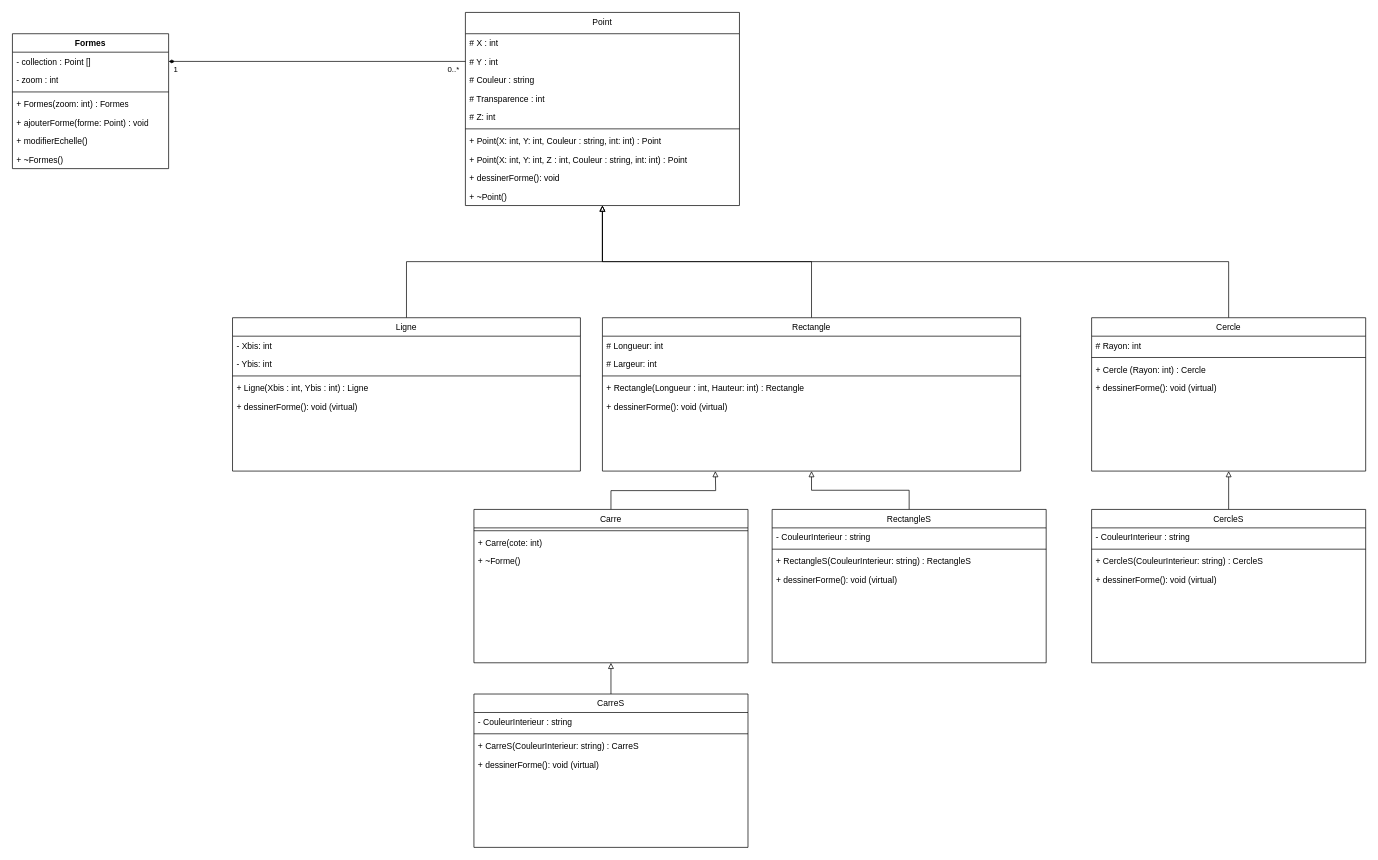
The draw.io diagram schema/ClassDiagram.drawio in Whythem/DessinVectoriel, before the edit. Source tidied: cells renumbered, new cells numbered last; positions are measured from the earlier drawing's top-left corner, leaving out a move shared by most shapes. Both pictures are drawn from the tidied source at 71%, with x=0, y=0 at pixel (12, 12).
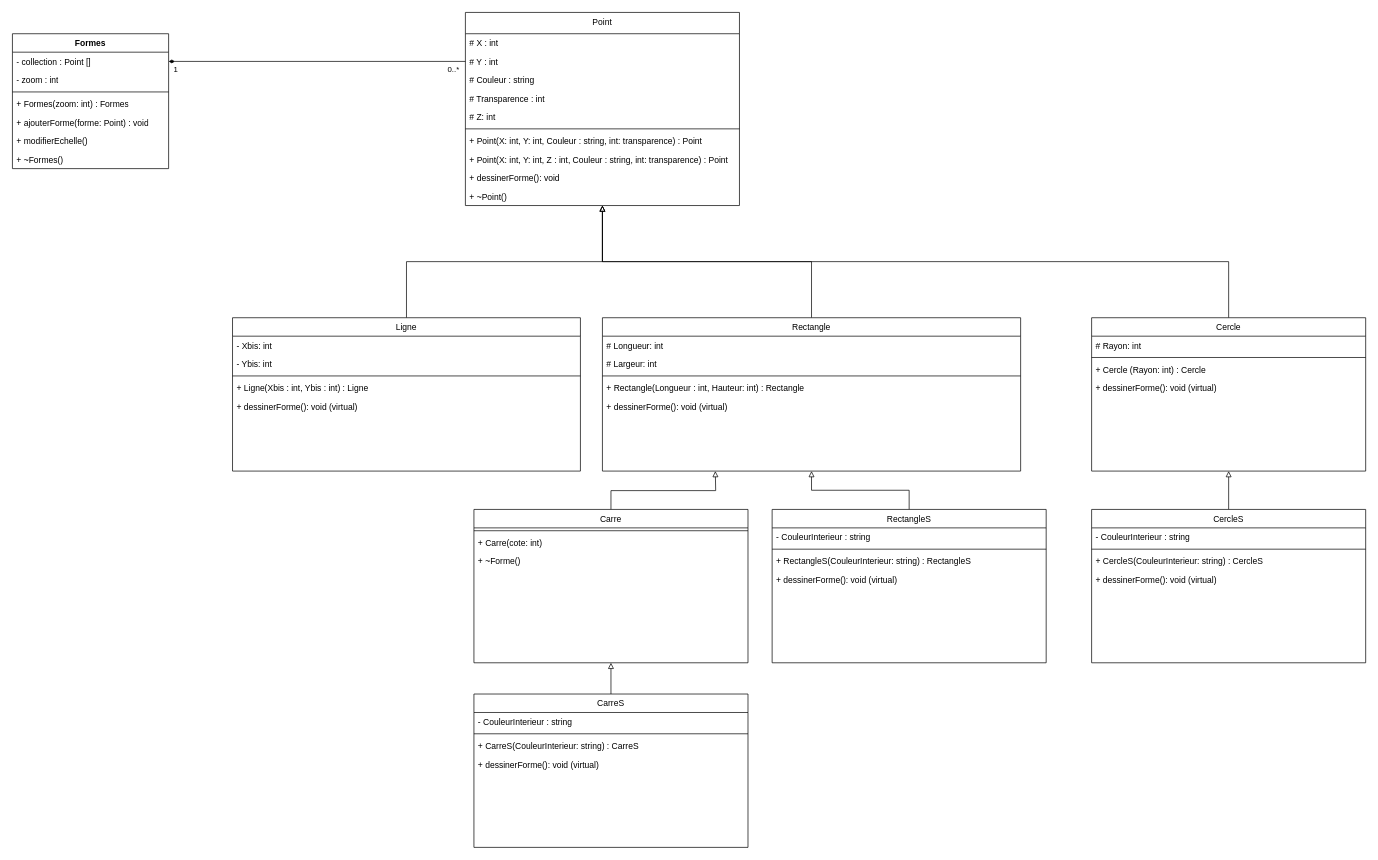
Above is the later version.

Unchanged cells that the change refers to:
```xml
<mxCell id="2" value="Point" style="swimlane;fontStyle=0;align=center;verticalAlign=top;horizontal=1;startSize=30;rounded=0;shadow=0;strokeWidth=1;" parent="1" vertex="1">
  <mxGeometry x="638" width="386" height="272" as="geometry" />
</mxCell>
```

What changed in the source:
```diff
@@
-    <mxCell id="9" value="+ Point(X: int, Y: int, Couleur : string, int: int) : Point" style="text;align=left;verticalAlign=top;spacingLeft=4;spacingRight=4;overflow=hidden;" parent="2" vertex="1">
+    <mxCell id="9" value="+ Point(X: int, Y: int, Couleur : string, int: transparence) : Point" style="text;align=left;verticalAlign=top;spacingLeft=4;spacingRight=4;overflow=hidden;" parent="2" vertex="1">
       <mxGeometry y="168" width="386" height="26" as="geometry" />
     </mxCell>
-    <mxCell id="10" value="+ Point(X: int, Y: int, Z : int, Couleur : string, int: int) : Point" style="text;align=left;verticalAlign=top;spacingLeft=4;spacingRight=4;overflow=hidden;" parent="2" vertex="1">
+    <mxCell id="10" value="+ Point(X: int, Y: int, Z : int, Couleur : string, int: transparence) : Point" style="text;align=left;verticalAlign=top;spacingLeft=4;spacingRight=4;overflow=hidden;" parent="2" vertex="1">
       <mxGeometry y="194" width="386" height="26" as="geometry" />
     </mxCell>
```
